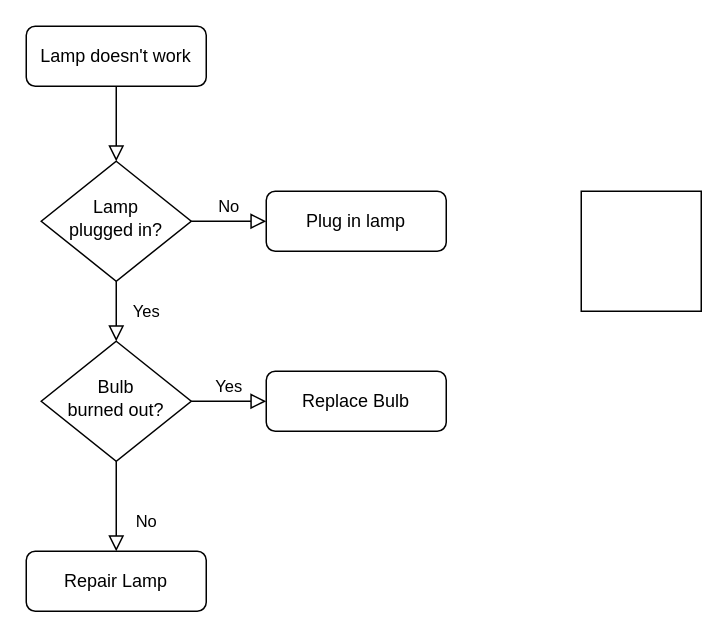
The draw.io diagram Diagrama sin título.drawio in Nikolas-AR/CINE, before the edit. Source tidied: cells renumbered, new cells numbered last; positions are measured from the earlier drawing's top-left corner, leaving out a move shared by most shapes. Both pictures are drawn from the tidied source at 150%, with x=0, y=0 at pixel (26, 26).
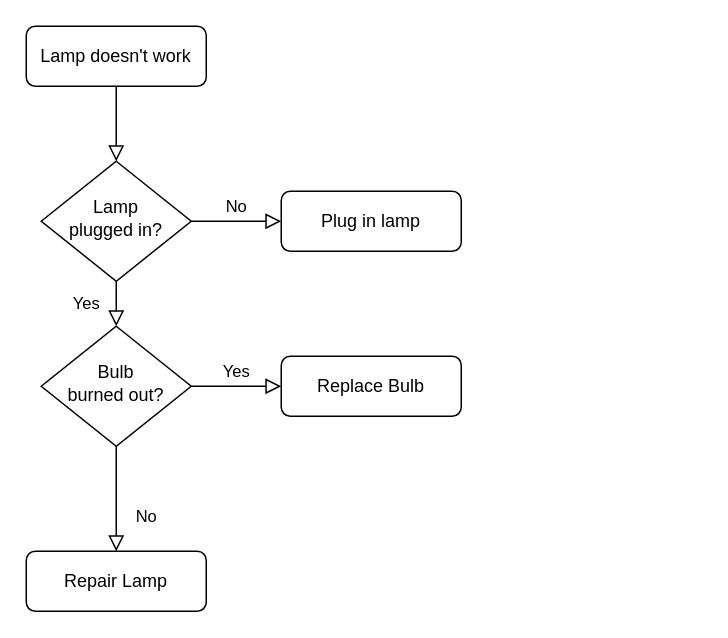
The same page after the edit.

Diff of the diagram source:
```diff
@@
 <mxGraphModel>
   <root>
     <mxCell id="0" />
     <mxCell id="1" parent="0" />
     <mxCell id="2" style="rounded=0;html=1;jettySize=auto;fontSize=11;endArrow=block;endFill=0;endSize=8;strokeWidth=1;shadow=0;labelBackgroundColor=none;edgeStyle=orthogonalEdgeStyle;" parent="1" edge="1" source="3" target="6">
       <mxGeometry relative="1" as="geometry" />
     </mxCell>
     <mxCell id="3" value="Lamp doesn't work" style="rounded=1;whiteSpace=wrap;html=1;fontSize=12;glass=0;strokeWidth=1;shadow=0;" parent="1" vertex="1">
       <mxGeometry width="120" height="40" as="geometry" />
     </mxCell>
     <mxCell id="4" value="Yes" style="rounded=0;html=1;jettySize=auto;fontSize=11;endArrow=block;endFill=0;endSize=8;strokeWidth=1;shadow=0;labelBackgroundColor=none;edgeStyle=orthogonalEdgeStyle;" parent="1" edge="1" source="6" target="10">
       <mxGeometry y="20" relative="1" as="geometry" />
     </mxCell>
     <mxCell id="5" value="No" style="edgeStyle=orthogonalEdgeStyle;rounded=0;html=1;jettySize=auto;fontSize=11;endArrow=block;endFill=0;endSize=8;strokeWidth=1;shadow=0;labelBackgroundColor=none;" parent="1" edge="1" source="6" target="7">
       <mxGeometry y="10" relative="1" as="geometry" />
     </mxCell>
     <mxCell id="6" value="Lamp&lt;br&gt;plugged in?" style="rhombus;whiteSpace=wrap;html=1;shadow=0;fontFamily=Helvetica;fontSize=12;align=center;strokeWidth=1;spacing=6;spacingTop=-4;" parent="1" vertex="1">
       <mxGeometry x="10" y="90" width="100" height="80" as="geometry" />
     </mxCell>
     <mxCell id="7" value="Plug in lamp" style="rounded=1;whiteSpace=wrap;html=1;fontSize=12;glass=0;strokeWidth=1;shadow=0;" parent="1" vertex="1">
-      <mxGeometry x="160" y="110" width="120" height="40" as="geometry" />
+      <mxGeometry x="170" y="110" width="120" height="40" as="geometry" />
     </mxCell>
     <mxCell id="8" value="No" style="rounded=0;html=1;jettySize=auto;fontSize=11;endArrow=block;endFill=0;endSize=8;strokeWidth=1;shadow=0;labelBackgroundColor=none;edgeStyle=orthogonalEdgeStyle;" parent="1" edge="1" source="10" target="11">
       <mxGeometry x="0.33" y="20" relative="1" as="geometry" />
     </mxCell>
     <mxCell id="9" value="Yes" style="edgeStyle=orthogonalEdgeStyle;rounded=0;html=1;jettySize=auto;fontSize=11;endArrow=block;endFill=0;endSize=8;strokeWidth=1;shadow=0;labelBackgroundColor=none;" parent="1" edge="1" source="10" target="12">
       <mxGeometry y="10" relative="1" as="geometry" />
     </mxCell>
     <mxCell id="10" value="Bulb&lt;br&gt;burned out?" style="rhombus;whiteSpace=wrap;html=1;shadow=0;fontFamily=Helvetica;fontSize=12;align=center;strokeWidth=1;spacing=6;spacingTop=-4;" parent="1" vertex="1">
-      <mxGeometry x="10" y="210" width="100" height="80" as="geometry" />
+      <mxGeometry x="10" y="200" width="100" height="80" as="geometry" />
     </mxCell>
     <mxCell id="11" value="Repair Lamp" style="rounded=1;whiteSpace=wrap;html=1;fontSize=12;glass=0;strokeWidth=1;shadow=0;" parent="1" vertex="1">
       <mxGeometry y="350" width="120" height="40" as="geometry" />
     </mxCell>
     <mxCell id="12" value="Replace Bulb" style="rounded=1;whiteSpace=wrap;html=1;fontSize=12;glass=0;strokeWidth=1;shadow=0;" parent="1" vertex="1">
-      <mxGeometry x="160" y="230" width="120" height="40" as="geometry" />
+      <mxGeometry x="170" y="220" width="120" height="40" as="geometry" />
     </mxCell>
-    <mxCell id="13" style="whiteSpace=wrap;html=1;" parent="1" vertex="1">
-      <mxGeometry x="370" y="110" width="80" height="80" as="geometry" />
-    </mxCell>
   </root>
 </mxGraphModel>
```
